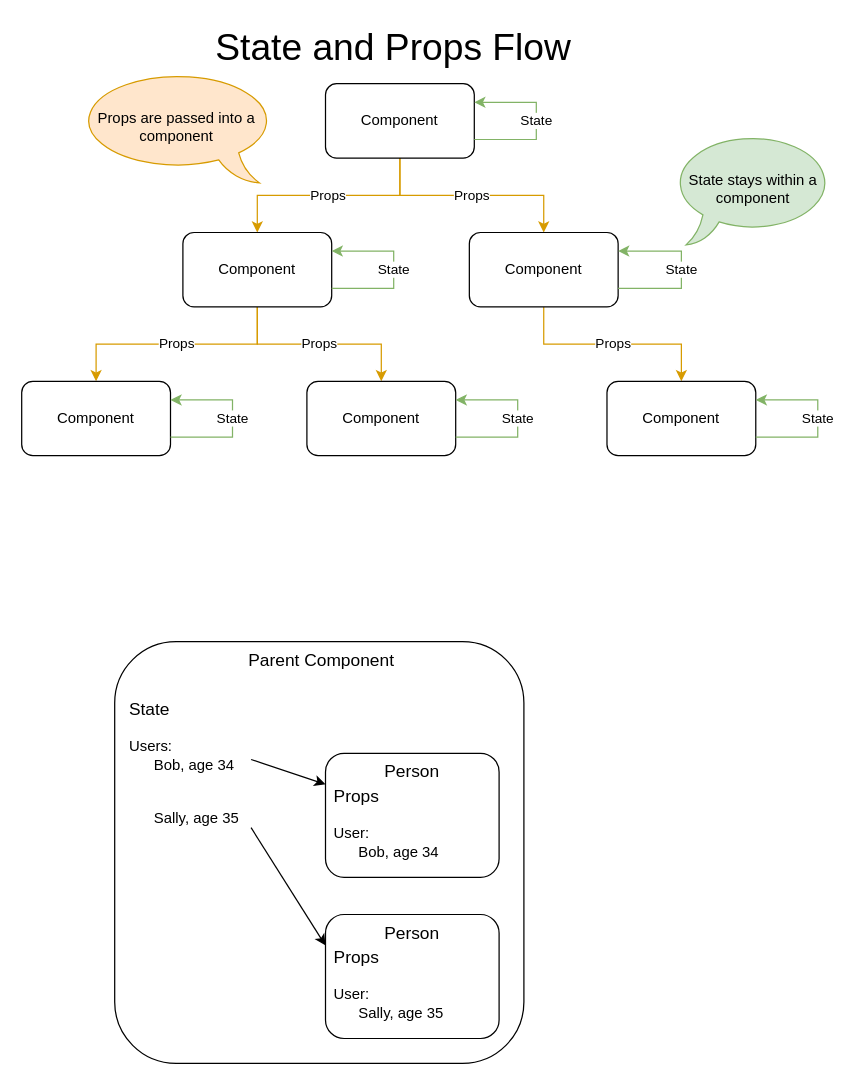
Earlier version of the draw.io diagram page "Components" (1 of 2) of diagrams/diagrams.drawio (pgeeh/first-to-react). Source tidied: cells renumbered, new cells numbered last; positions are measured from the earlier drawing's top-left corner, leaving out a move shared by most shapes. Both pictures are drawn from the tidied source at 124%, with x=0, y=0 at pixel (21, 21).
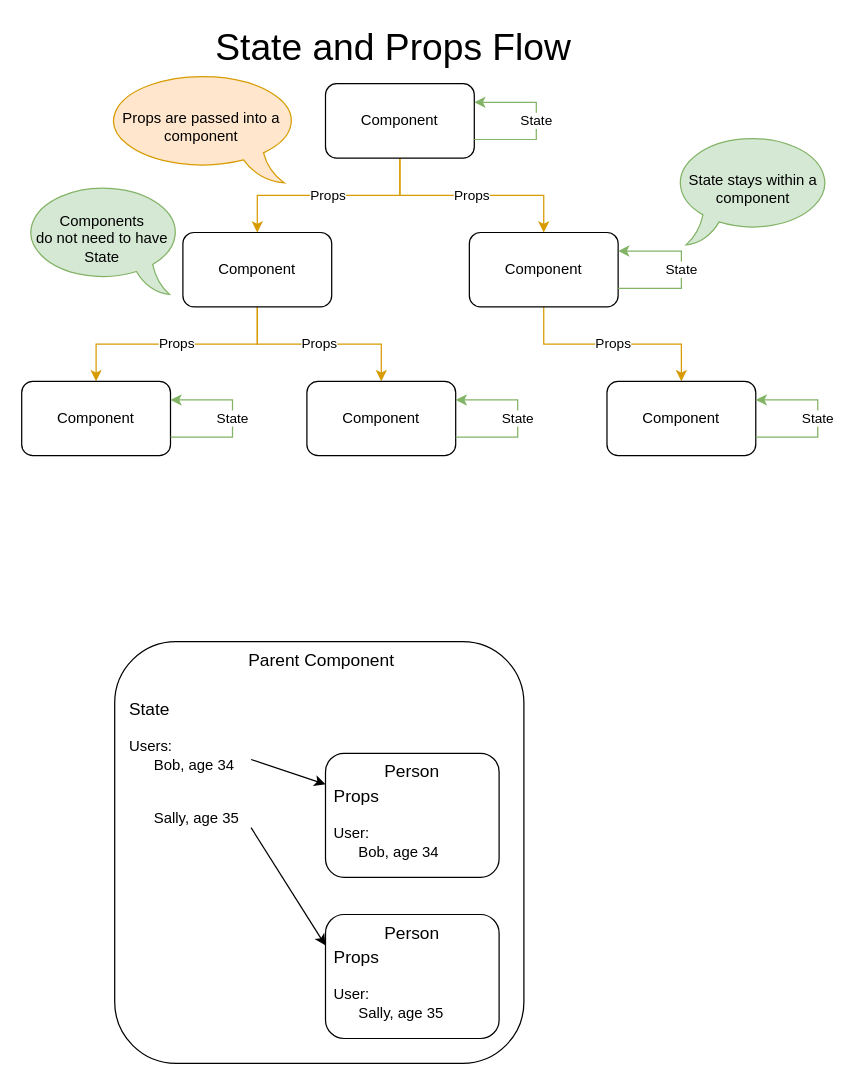
The same page after the edit.

The change refers to these unchanged cells:
```xml
<mxCell id="10" value="Component" style="rounded=1;whiteSpace=wrap;html=1;" parent="1" vertex="1">
  <mxGeometry x="130" y="170" width="120" height="60" as="geometry" />
</mxCell>
```

The edit, as a diff of the source:
```diff
@@
-    <mxCell id="11" value="State" style="edgeStyle=orthogonalEdgeStyle;rounded=0;orthogonalLoop=1;jettySize=auto;html=1;entryX=1;entryY=0.25;entryDx=0;entryDy=0;exitX=1;exitY=0.75;exitDx=0;exitDy=0;fillColor=#d5e8d4;strokeColor=#82b366;" parent="1" edge="1" source="10" target="10">
-      <mxGeometry relative="1" as="geometry">
-        <Array as="points">
-          <mxPoint x="300" y="215" />
-          <mxPoint x="300" y="185" />
-        </Array>
-      </mxGeometry>
-    </mxCell>
@@
     <mxCell id="19" value="Props are passed into a component" style="whiteSpace=wrap;html=1;shape=mxgraph.basic.oval_callout;flipH=1;fillColor=#ffe6cc;strokeColor=#d79b00;" parent="1" vertex="1">
-      <mxGeometry x="45" y="40" width="160" height="90" as="geometry" />
+      <mxGeometry x="65" y="40" width="160" height="90" as="geometry" />
     </mxCell>
@@
+    <mxCell id="30" value="Components &lt;br&gt;do not need to have State" style="whiteSpace=wrap;html=1;shape=mxgraph.basic.oval_callout;fillColor=#d5e8d4;strokeColor=#82b366;flipH=1;" parent="1" vertex="1">
+      <mxGeometry y="130" width="130" height="90" as="geometry" />
+    </mxCell>
```
